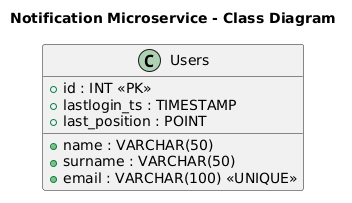
The PlantUML diagram booklets/architecture/databases/images/notification_ms.png in matteoventali/EzParking, before a commit. Source of this version:
```plantuml
@startuml
title Notification Microservice - Class Diagram

class Users {
    + id : INT <<PK>>
    + name : VARCHAR(50)
    + surname : VARCHAR(50)
    + email : VARCHAR(100) <<UNIQUE>>
    + lastlogin_ts : TIMESTAMP
    + last_position : POINT
}

@enduml
```
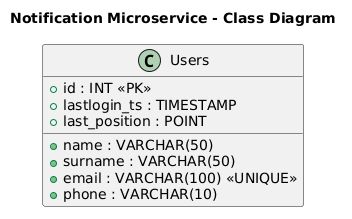
The same diagram one commit later.

Diff of the diagram source:
```diff
@@ -8,6 +8,7 @@
     + email : VARCHAR(100) <<UNIQUE>>
     + lastlogin_ts : TIMESTAMP
     + last_position : POINT
+    + phone : VARCHAR(10)
 }
 
 @enduml
```
